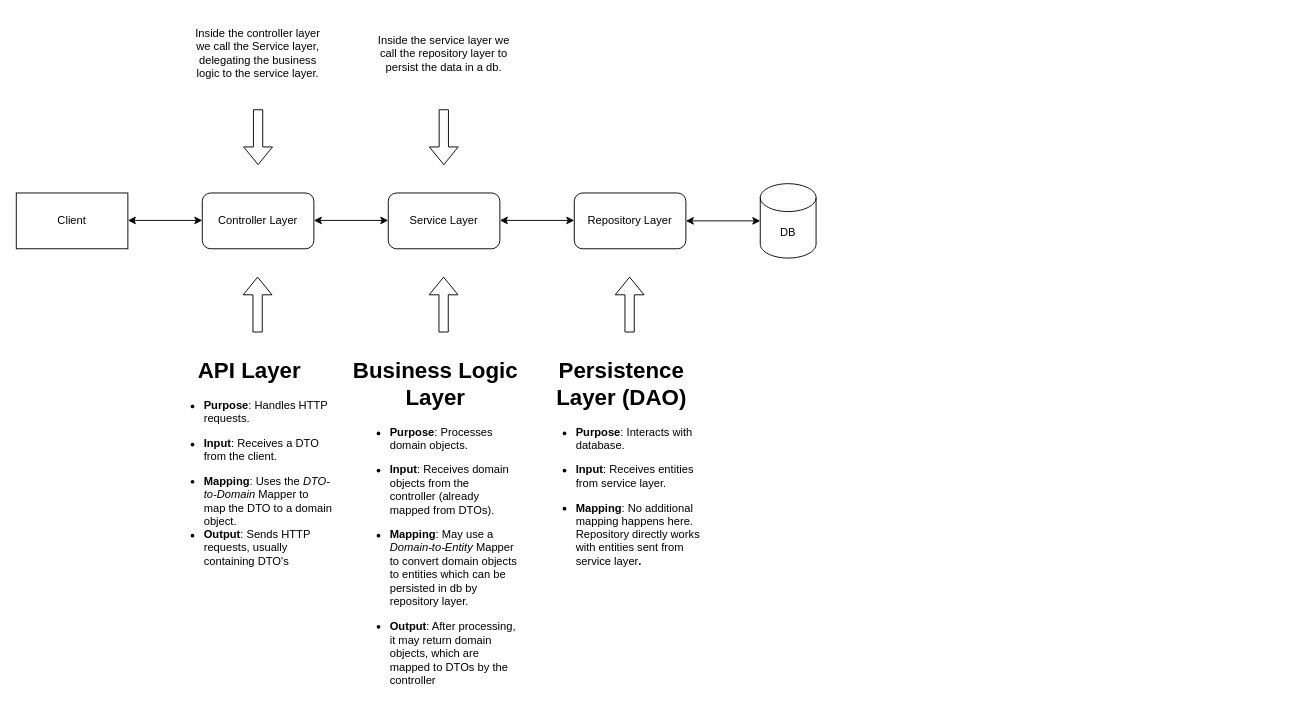
MarcoMurphy2000/mealgen keeps this draw.io diagram as src/main/resources/mealgen.drawio. Above is the earlier version. Source tidied: cells renumbered, new cells numbered last; positions are measured from the earlier drawing's top-left corner, leaving out a move shared by most shapes. Both pictures are drawn from the tidied source at 93%, with x=0, y=0 at pixel (16, 16).
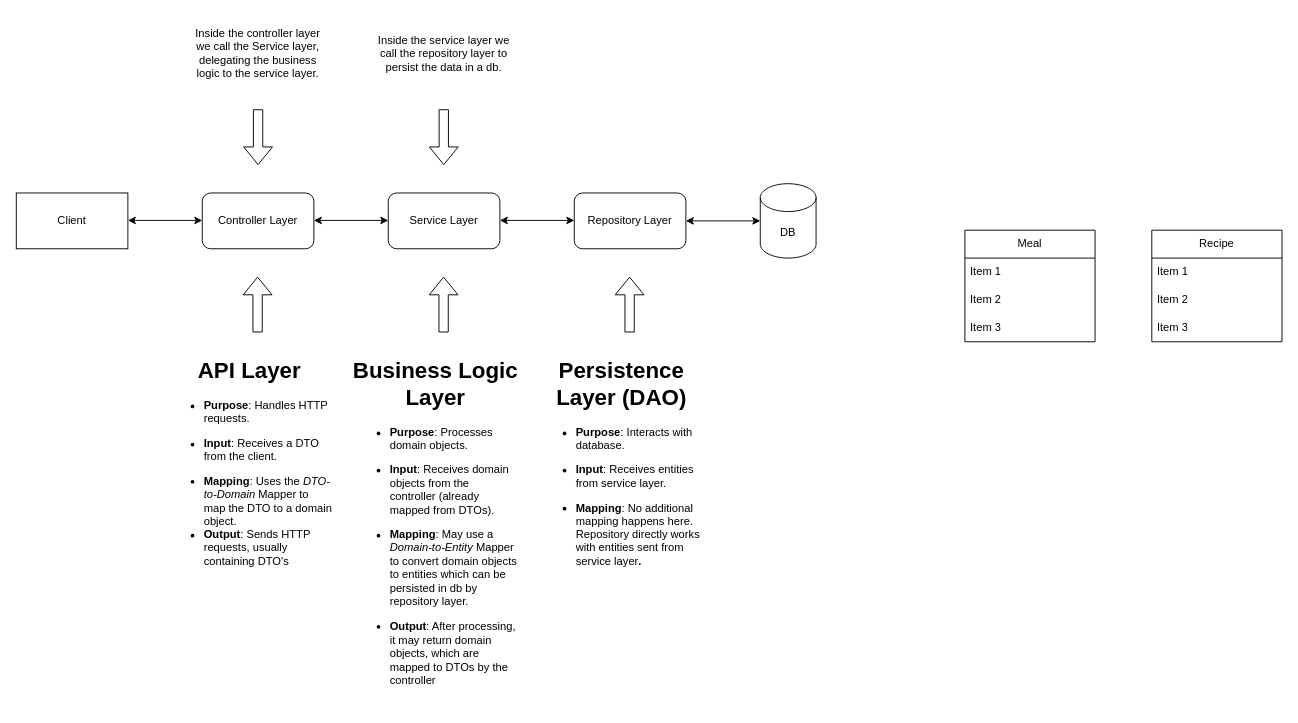
The same page after the edit.

Commit message (it also covers changes not shown here):
Added entity graph for MealEntity

Diff of the diagram source:
```diff
@@
+    <mxCell id="21" value="Meal" style="swimlane;fontStyle=0;horizontal=1;startSize=30;whiteSpace=wrap;html=1;" parent="1" vertex="1">
+      <mxGeometry x="1020" y="230" width="140" height="120" as="geometry" />
+    </mxCell>
+    <mxCell id="22" value="Item 1" style="text;strokeColor=none;fillColor=none;align=left;verticalAlign=middle;spacingLeft=4;spacingRight=4;overflow=hidden;whiteSpace=wrap;html=1;" parent="21" vertex="1">
+      <mxGeometry y="30" width="140" height="30" as="geometry" />
+    </mxCell>
+    <mxCell id="23" value="Item 2" style="text;strokeColor=none;fillColor=none;align=left;verticalAlign=middle;spacingLeft=4;spacingRight=4;overflow=hidden;whiteSpace=wrap;html=1;" parent="21" vertex="1">
+      <mxGeometry y="60" width="140" height="30" as="geometry" />
+    </mxCell>
+    <mxCell id="24" value="Item 3" style="text;strokeColor=none;fillColor=none;align=left;verticalAlign=middle;spacingLeft=4;spacingRight=4;overflow=hidden;whiteSpace=wrap;html=1;" parent="21" vertex="1">
+      <mxGeometry y="90" width="140" height="30" as="geometry" />
+    </mxCell>
+    <mxCell id="25" value="Recipe" style="swimlane;fontStyle=0;horizontal=1;startSize=30;whiteSpace=wrap;html=1;" parent="1" vertex="1">
+      <mxGeometry x="1221" y="230" width="140" height="120" as="geometry" />
+    </mxCell>
+    <mxCell id="26" value="Item 1" style="text;strokeColor=none;fillColor=none;align=left;verticalAlign=middle;spacingLeft=4;spacingRight=4;overflow=hidden;whiteSpace=wrap;html=1;" parent="25" vertex="1">
+      <mxGeometry y="30" width="140" height="30" as="geometry" />
+    </mxCell>
+    <mxCell id="27" value="Item 2" style="text;strokeColor=none;fillColor=none;align=left;verticalAlign=middle;spacingLeft=4;spacingRight=4;overflow=hidden;whiteSpace=wrap;html=1;" parent="25" vertex="1">
+      <mxGeometry y="60" width="140" height="30" as="geometry" />
+    </mxCell>
+    <mxCell id="28" value="Item 3" style="text;strokeColor=none;fillColor=none;align=left;verticalAlign=middle;spacingLeft=4;spacingRight=4;overflow=hidden;whiteSpace=wrap;html=1;" parent="25" vertex="1">
+      <mxGeometry y="90" width="140" height="30" as="geometry" />
+    </mxCell>
```
